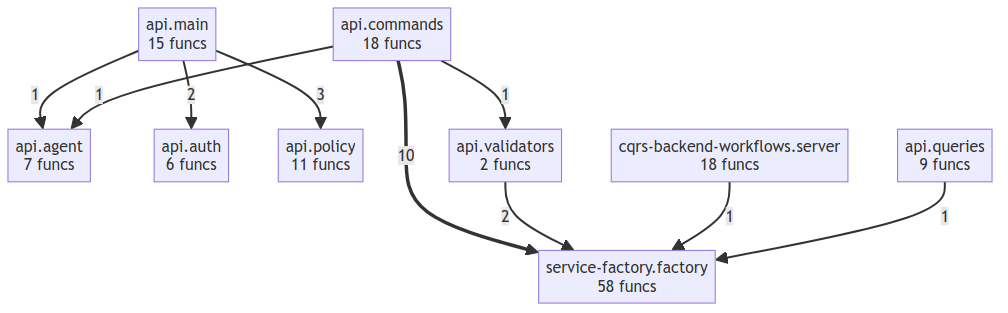
semcod/codot keeps this Mermaid diagram as project/compact_flow.png. Above is the earlier version. Its source is kept beside it as project/compact_flow.mmd.
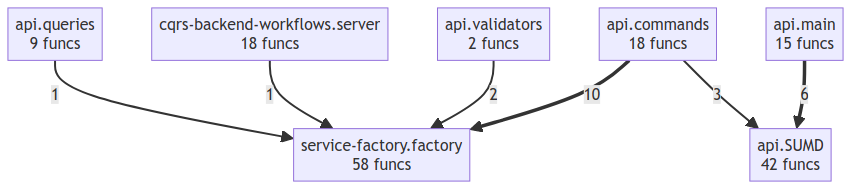
The same diagram one commit later.

Change to the diagram source:
```diff
@@ -1,19 +1,14 @@
 flowchart TD
-    api__agent["api.agent<br/>7 funcs"]
-    api__auth["api.auth<br/>6 funcs"]
+    api__SUMD["api.SUMD<br/>42 funcs"]
     api__commands["api.commands<br/>18 funcs"]
     api__main["api.main<br/>15 funcs"]
-    api__policy["api.policy<br/>11 funcs"]
     api__queries["api.queries<br/>9 funcs"]
     api__validators["api.validators<br/>2 funcs"]
     cqrs_backend_workflows__server["cqrs-backend-workflows.server<br/>18 funcs"]
     service_factory__factory["service-factory.factory<br/>58 funcs"]
     api__commands ==>|10| service_factory__factory
-    api__main -->|3| api__policy
-    api__main -->|2| api__auth
+    api__main ==>|6| api__SUMD
+    api__commands -->|3| api__SUMD
     api__validators -->|2| service_factory__factory
     cqrs_backend_workflows__server -->|1| service_factory__factory
-    api__main -->|1| api__agent
-    api__commands -->|1| api__validators
-    api__commands -->|1| api__agent
     api__queries -->|1| service_factory__factory
```
